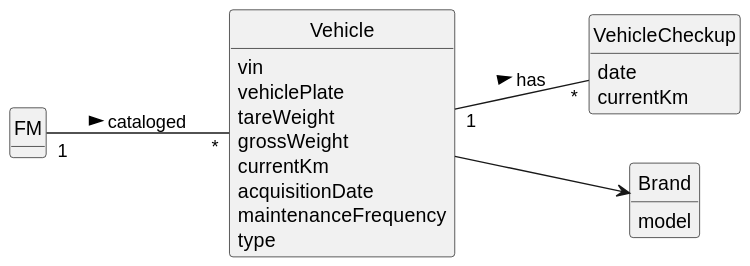
Above: docs/sprintA/us008/02.analysis/svg/us008-domain-model.svg in ricardomm7/leaflink (PlantUML), before the change.
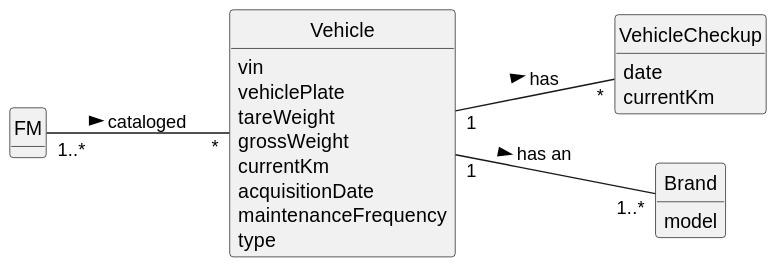
The same file after the commit.

Change to the diagram source:
```diff
@@ -33,7 +33,7 @@
 }
 
 
-Vehicle --> Brand
-FM "1" -- "*" Vehicle : cataloged >
+Vehicle "1"-- "1..*" Brand: has an >
+FM "1..*" -- "*" Vehicle : cataloged >
 Vehicle "1" -- "*" VehicleCheckup : has >
 @enduml
```
